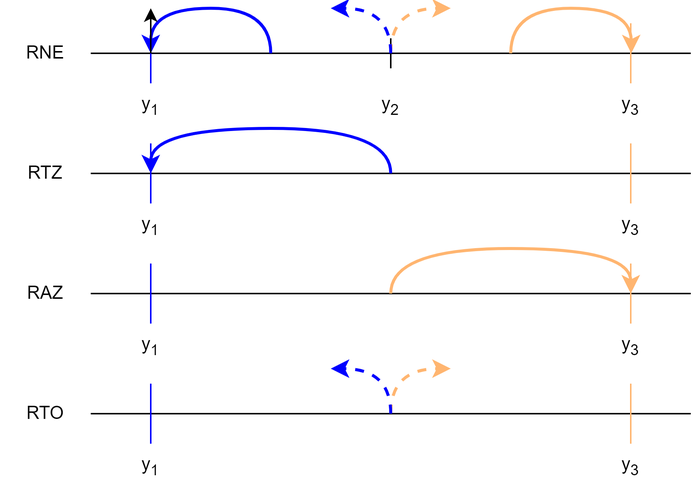
Earlier version of the draw.io export assets/posts/2025-11-18-round-to-odd/round-6.png (bksaiki/bksaiki.github.io). Source tidied: cells renumbered, new cells last; positions are measured from the earlier drawing's top-left corner, leaving out a move shared by most shapes.
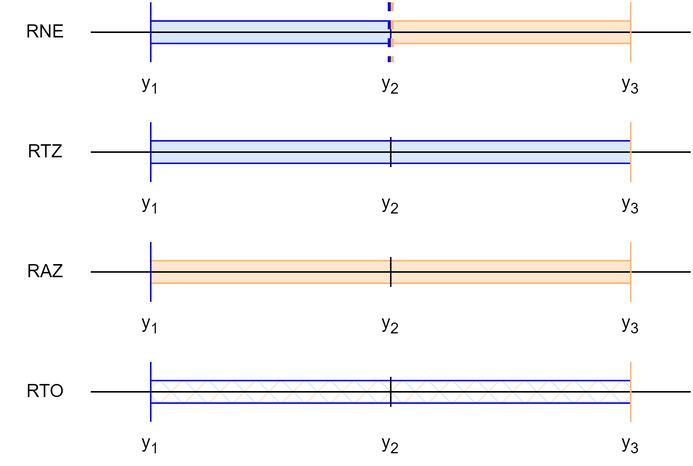
Later version of the same file.

What changed in the source:
```diff
@@ -2,200 +2,169 @@
   <root>
     <mxCell id="0" />
     <mxCell id="1" parent="0" />
-    <mxCell id="2" style="jettySize=auto;html=1;endArrow=none;endFill=0;exitX=1;exitY=0.5;exitDx=0;exitDy=0;" parent="1" edge="1" source="8">
-      <mxGeometry relative="1" as="geometry">
-        <mxPoint x="460" y="30" as="targetPoint" />
-      </mxGeometry>
+    <mxCell id="2" style="rounded=0;whiteSpace=wrap;html=1;fillColor=#ffe6cc;strokeColor=#FFB570;fillStyle=hatch;" parent="1" vertex="1">
+      <mxGeometry x="-420" y="622.5" width="320" height="15" as="geometry" />
     </mxCell>
-    <mxCell id="3" style="edgeStyle=none;orthogonalLoop=1;jettySize=auto;html=1;endArrow=none;endFill=0;strokeColor=#0000FF;" parent="1" edge="1">
-      <mxGeometry relative="1" as="geometry">
-        <mxPoint x="100" y="10" as="sourcePoint" />
-        <mxPoint x="100" y="50" as="targetPoint" />
-      </mxGeometry>
+    <mxCell id="3" style="rounded=0;whiteSpace=wrap;html=1;fillColor=#dae8fc;strokeColor=#0000FF;fillStyle=hatch;direction=east;flipH=1;" parent="1" vertex="1">
+      <mxGeometry x="-420" y="622.5" width="320" height="15" as="geometry" />
     </mxCell>
-    <mxCell id="4" style="edgeStyle=none;orthogonalLoop=1;jettySize=auto;html=1;endArrow=none;endFill=0;strokeColor=#FFB570;" parent="1" edge="1">
-      <mxGeometry relative="1" as="geometry">
-        <mxPoint x="420" y="10" as="sourcePoint" />
-        <mxPoint x="420" y="50" as="targetPoint" />
-      </mxGeometry>
+    <mxCell id="4" style="rounded=0;whiteSpace=wrap;html=1;fillColor=#ffe6cc;strokeColor=#FFB570;" parent="1" vertex="1">
+      <mxGeometry x="-420" y="542.5" width="320" height="15" as="geometry" />
     </mxCell>
-    <mxCell id="5" style="edgeStyle=none;orthogonalLoop=1;jettySize=auto;html=1;endArrow=none;endFill=0;" parent="1" edge="1">
-      <mxGeometry relative="1" as="geometry">
-        <mxPoint x="260" y="20" as="sourcePoint" />
-        <mxPoint x="260" y="40" as="targetPoint" />
-      </mxGeometry>
+    <mxCell id="5" style="rounded=0;whiteSpace=wrap;html=1;fillColor=#dae8fc;strokeColor=#0000FF;" parent="1" vertex="1">
+      <mxGeometry x="-420" y="462.5" width="320" height="15" as="geometry" />
     </mxCell>
-    <mxCell id="6" value="y&lt;sub&gt;1&lt;/sub&gt;" style="text;strokeColor=none;align=center;fillColor=none;html=1;verticalAlign=middle;whiteSpace=wrap;rounded=0;" parent="1" vertex="1">
-      <mxGeometry x="70" y="50" width="60" height="30" as="geometry" />
+    <mxCell id="6" style="rounded=0;whiteSpace=wrap;html=1;fillColor=#ffe6cc;strokeColor=#FFB570;" parent="1" vertex="1">
+      <mxGeometry x="-260" y="382.5" width="160" height="15" as="geometry" />
     </mxCell>
-    <mxCell id="7" value="y&lt;sub&gt;3&lt;/sub&gt;" style="text;strokeColor=none;align=center;fillColor=none;html=1;verticalAlign=middle;whiteSpace=wrap;rounded=0;" parent="1" vertex="1">
-      <mxGeometry x="390" y="50" width="60" height="30" as="geometry" />
+    <mxCell id="7" style="rounded=0;whiteSpace=wrap;html=1;fillColor=#dae8fc;strokeColor=#0000FF;" parent="1" vertex="1">
+      <mxGeometry x="-420" y="382.5" width="160" height="15" as="geometry" />
     </mxCell>
-    <mxCell id="8" value="RNE" style="text;strokeColor=none;align=center;fillColor=none;html=1;verticalAlign=middle;whiteSpace=wrap;rounded=0;" parent="1" vertex="1">
-      <mxGeometry y="15" width="60" height="30" as="geometry" />
+    <mxCell id="8" style="jettySize=auto;html=1;endArrow=none;endFill=0;exitX=1;exitY=0.5;exitDx=0;exitDy=0;" parent="1" edge="1" source="13">
+      <mxGeometry relative="1" as="geometry">
+        <mxPoint x="-60" y="390" as="targetPoint" />
+      </mxGeometry>
     </mxCell>
-    <mxCell id="9" value="y&lt;sub&gt;2&lt;/sub&gt;" style="text;strokeColor=none;align=center;fillColor=none;html=1;verticalAlign=middle;whiteSpace=wrap;rounded=0;" parent="1" vertex="1">
-      <mxGeometry x="230" y="50" width="60" height="30" as="geometry" />
+    <mxCell id="9" style="edgeStyle=none;orthogonalLoop=1;jettySize=auto;html=1;endArrow=none;endFill=0;strokeColor=#0000FF;" parent="1" edge="1">
+      <mxGeometry relative="1" as="geometry">
+        <mxPoint x="-420" y="370" as="sourcePoint" />
+        <mxPoint x="-420" y="410" as="targetPoint" />
+      </mxGeometry>
     </mxCell>
-    <mxCell id="10" style="jettySize=auto;html=1;endArrow=none;endFill=0;exitX=1;exitY=0.5;exitDx=0;exitDy=0;" parent="1" edge="1" source="15">
+    <mxCell id="10" style="edgeStyle=none;orthogonalLoop=1;jettySize=auto;html=1;endArrow=none;endFill=0;strokeColor=#FFB570;" parent="1" edge="1">
       <mxGeometry relative="1" as="geometry">
-        <mxPoint x="460" y="110" as="targetPoint" />
+        <mxPoint x="-100" y="370" as="sourcePoint" />
+        <mxPoint x="-100" y="410" as="targetPoint" />
       </mxGeometry>
     </mxCell>
-    <mxCell id="11" style="edgeStyle=none;orthogonalLoop=1;jettySize=auto;html=1;endArrow=none;endFill=0;strokeColor=#0000FF;" parent="1" edge="1">
-      <mxGeometry relative="1" as="geometry">
-        <mxPoint x="100" y="90" as="sourcePoint" />
-        <mxPoint x="100" y="130" as="targetPoint" />
-      </mxGeometry>
+    <mxCell id="11" value="y&lt;sub&gt;1&lt;/sub&gt;" style="text;strokeColor=none;align=center;fillColor=none;html=1;verticalAlign=middle;whiteSpace=wrap;rounded=0;" parent="1" vertex="1">
+      <mxGeometry x="-450" y="410" width="60" height="30" as="geometry" />
     </mxCell>
-    <mxCell id="12" style="edgeStyle=none;orthogonalLoop=1;jettySize=auto;html=1;endArrow=none;endFill=0;strokeColor=#FFB570;" parent="1" edge="1">
-      <mxGeometry relative="1" as="geometry">
-        <mxPoint x="420" y="90" as="sourcePoint" />
-        <mxPoint x="420" y="130" as="targetPoint" />
-      </mxGeometry>
+    <mxCell id="12" value="y&lt;sub&gt;3&lt;/sub&gt;" style="text;strokeColor=none;align=center;fillColor=none;html=1;verticalAlign=middle;whiteSpace=wrap;rounded=0;" parent="1" vertex="1">
+      <mxGeometry x="-130" y="410" width="60" height="30" as="geometry" />
     </mxCell>
-    <mxCell id="13" value="y&lt;sub&gt;1&lt;/sub&gt;" style="text;strokeColor=none;align=center;fillColor=none;html=1;verticalAlign=middle;whiteSpace=wrap;rounded=0;" parent="1" vertex="1">
-      <mxGeometry x="70" y="130" width="60" height="30" as="geometry" />
+    <mxCell id="13" value="RNE" style="text;strokeColor=none;align=center;fillColor=none;html=1;verticalAlign=middle;whiteSpace=wrap;rounded=0;" parent="1" vertex="1">
+      <mxGeometry x="-520" y="375" width="60" height="30" as="geometry" />
     </mxCell>
-    <mxCell id="14" value="y&lt;sub&gt;3&lt;/sub&gt;" style="text;strokeColor=none;align=center;fillColor=none;html=1;verticalAlign=middle;whiteSpace=wrap;rounded=0;" parent="1" vertex="1">
-      <mxGeometry x="390" y="130" width="60" height="30" as="geometry" />
+    <mxCell id="14" value="y&lt;sub&gt;2&lt;/sub&gt;" style="text;strokeColor=none;align=center;fillColor=none;html=1;verticalAlign=middle;whiteSpace=wrap;rounded=0;" parent="1" vertex="1">
+      <mxGeometry x="-290" y="410" width="60" height="30" as="geometry" />
     </mxCell>
-    <mxCell id="15" value="RTZ" style="text;strokeColor=none;align=center;fillColor=none;html=1;verticalAlign=middle;whiteSpace=wrap;rounded=0;" parent="1" vertex="1">
-      <mxGeometry y="95" width="60" height="30" as="geometry" />
+    <mxCell id="15" style="jettySize=auto;html=1;endArrow=none;endFill=0;exitX=1;exitY=0.5;exitDx=0;exitDy=0;" parent="1" edge="1" source="20">
+      <mxGeometry relative="1" as="geometry">
+        <mxPoint x="-60" y="470" as="targetPoint" />
+      </mxGeometry>
     </mxCell>
-    <mxCell id="16" style="jettySize=auto;html=1;endArrow=none;endFill=0;exitX=1;exitY=0.5;exitDx=0;exitDy=0;" parent="1" edge="1" source="21">
+    <mxCell id="16" style="edgeStyle=none;orthogonalLoop=1;jettySize=auto;html=1;endArrow=none;endFill=0;strokeColor=#0000FF;" parent="1" edge="1">
       <mxGeometry relative="1" as="geometry">
-        <mxPoint x="460" y="190" as="targetPoint" />
+        <mxPoint x="-420" y="450" as="sourcePoint" />
+        <mxPoint x="-420" y="490" as="targetPoint" />
       </mxGeometry>
     </mxCell>
-    <mxCell id="17" style="edgeStyle=none;orthogonalLoop=1;jettySize=auto;html=1;endArrow=none;endFill=0;strokeColor=#0000FF;" parent="1" edge="1">
+    <mxCell id="17" style="edgeStyle=none;orthogonalLoop=1;jettySize=auto;html=1;endArrow=none;endFill=0;strokeColor=#FFB570;" parent="1" edge="1">
       <mxGeometry relative="1" as="geometry">
-        <mxPoint x="100" y="170" as="sourcePoint" />
-        <mxPoint x="100" y="210" as="targetPoint" />
+        <mxPoint x="-100" y="450" as="sourcePoint" />
+        <mxPoint x="-100" y="490" as="targetPoint" />
       </mxGeometry>
     </mxCell>
-    <mxCell id="18" style="edgeStyle=none;orthogonalLoop=1;jettySize=auto;html=1;endArrow=none;endFill=0;strokeColor=#FFB570;" parent="1" edge="1">
-      <mxGeometry relative="1" as="geometry">
-        <mxPoint x="420" y="170" as="sourcePoint" />
-        <mxPoint x="420" y="210" as="targetPoint" />
-      </mxGeometry>
+    <mxCell id="18" value="y&lt;sub&gt;1&lt;/sub&gt;" style="text;strokeColor=none;align=center;fillColor=none;html=1;verticalAlign=middle;whiteSpace=wrap;rounded=0;" parent="1" vertex="1">
+      <mxGeometry x="-450" y="490" width="60" height="30" as="geometry" />
     </mxCell>
-    <mxCell id="19" value="y&lt;sub&gt;1&lt;/sub&gt;" style="text;strokeColor=none;align=center;fillColor=none;html=1;verticalAlign=middle;whiteSpace=wrap;rounded=0;" parent="1" vertex="1">
-      <mxGeometry x="70" y="210" width="60" height="30" as="geometry" />
+    <mxCell id="19" value="y&lt;sub&gt;3&lt;/sub&gt;" style="text;strokeColor=none;align=center;fillColor=none;html=1;verticalAlign=middle;whiteSpace=wrap;rounded=0;" parent="1" vertex="1">
+      <mxGeometry x="-130" y="490" width="60" height="30" as="geometry" />
     </mxCell>
-    <mxCell id="20" value="y&lt;sub&gt;3&lt;/sub&gt;" style="text;strokeColor=none;align=center;fillColor=none;html=1;verticalAlign=middle;whiteSpace=wrap;rounded=0;" parent="1" vertex="1">
-      <mxGeometry x="390" y="210" width="60" height="30" as="geometry" />
+    <mxCell id="20" value="RTZ" style="text;strokeColor=none;align=center;fillColor=none;html=1;verticalAlign=middle;whiteSpace=wrap;rounded=0;" parent="1" vertex="1">
+      <mxGeometry x="-520" y="455" width="60" height="30" as="geometry" />
     </mxCell>
-    <mxCell id="21" value="RAZ" style="text;strokeColor=none;align=center;fillColor=none;html=1;verticalAlign=middle;whiteSpace=wrap;rounded=0;" parent="1" vertex="1">
-      <mxGeometry y="175" width="60" height="30" as="geometry" />
+    <mxCell id="21" style="jettySize=auto;html=1;endArrow=none;endFill=0;exitX=1;exitY=0.5;exitDx=0;exitDy=0;" parent="1" edge="1" source="26">
+      <mxGeometry relative="1" as="geometry">
+        <mxPoint x="-60" y="550" as="targetPoint" />
+      </mxGeometry>
     </mxCell>
-    <mxCell id="22" style="jettySize=auto;html=1;endArrow=none;endFill=0;exitX=1;exitY=0.5;exitDx=0;exitDy=0;" parent="1" edge="1" source="27">
+    <mxCell id="22" style="edgeStyle=none;orthogonalLoop=1;jettySize=auto;html=1;endArrow=none;endFill=0;strokeColor=#0000FF;" parent="1" edge="1">
       <mxGeometry relative="1" as="geometry">
-        <mxPoint x="460" y="270" as="targetPoint" />
+        <mxPoint x="-420" y="530" as="sourcePoint" />
+        <mxPoint x="-420" y="570" as="targetPoint" />
       </mxGeometry>
     </mxCell>
-    <mxCell id="23" style="edgeStyle=none;orthogonalLoop=1;jettySize=auto;html=1;endArrow=none;endFill=0;strokeColor=#0000FF;" parent="1" edge="1">
+    <mxCell id="23" style="edgeStyle=none;orthogonalLoop=1;jettySize=auto;html=1;endArrow=none;endFill=0;strokeColor=#FFB570;" parent="1" edge="1">
       <mxGeometry relative="1" as="geometry">
-        <mxPoint x="100" y="250" as="sourcePoint" />
-        <mxPoint x="100" y="290" as="targetPoint" />
+        <mxPoint x="-100" y="530" as="sourcePoint" />
+        <mxPoint x="-100" y="570" as="targetPoint" />
       </mxGeometry>
     </mxCell>
-    <mxCell id="24" style="edgeStyle=none;orthogonalLoop=1;jettySize=auto;html=1;endArrow=none;endFill=0;strokeColor=#FFB570;" parent="1" edge="1">
-      <mxGeometry relative="1" as="geometry">
-        <mxPoint x="420" y="250" as="sourcePoint" />
-        <mxPoint x="420" y="290" as="targetPoint" />
-      </mxGeometry>
+    <mxCell id="24" value="y&lt;sub&gt;1&lt;/sub&gt;" style="text;strokeColor=none;align=center;fillColor=none;html=1;verticalAlign=middle;whiteSpace=wrap;rounded=0;" parent="1" vertex="1">
+      <mxGeometry x="-450" y="570" width="60" height="30" as="geometry" />
     </mxCell>
-    <mxCell id="25" value="y&lt;sub&gt;1&lt;/sub&gt;" style="text;strokeColor=none;align=center;fillColor=none;html=1;verticalAlign=middle;whiteSpace=wrap;rounded=0;" parent="1" vertex="1">
-      <mxGeometry x="70" y="290" width="60" height="30" as="geometry" />
+    <mxCell id="25" value="y&lt;sub&gt;3&lt;/sub&gt;" style="text;strokeColor=none;align=center;fillColor=none;html=1;verticalAlign=middle;whiteSpace=wrap;rounded=0;" parent="1" vertex="1">
+      <mxGeometry x="-130" y="570" width="60" height="30" as="geometry" />
     </mxCell>
-    <mxCell id="26" value="y&lt;sub&gt;3&lt;/sub&gt;" style="text;strokeColor=none;align=center;fillColor=none;html=1;verticalAlign=middle;whiteSpace=wrap;rounded=0;" parent="1" vertex="1">
-      <mxGeometry x="390" y="290" width="60" height="30" as="geometry" />
+    <mxCell id="26" value="RAZ" style="text;strokeColor=none;align=center;fillColor=none;html=1;verticalAlign=middle;whiteSpace=wrap;rounded=0;" parent="1" vertex="1">
+      <mxGeometry x="-520" y="535" width="60" height="30" as="geometry" />
     </mxCell>
-    <mxCell id="27" value="RTO" style="text;strokeColor=none;align=center;fillColor=none;html=1;verticalAlign=middle;whiteSpace=wrap;rounded=0;" parent="1" vertex="1">
-      <mxGeometry y="255" width="60" height="30" as="geometry" />
+    <mxCell id="27" style="jettySize=auto;html=1;endArrow=none;endFill=0;exitX=1;exitY=0.5;exitDx=0;exitDy=0;" parent="1" edge="1" source="32">
+      <mxGeometry relative="1" as="geometry">
+        <mxPoint x="-60" y="630" as="targetPoint" />
+      </mxGeometry>
     </mxCell>
-    <mxCell id="28" style="endArrow=classic;html=1;rounded=0;fillColor=#dae8fc;strokeColor=#0000FF;strokeWidth=2;curved=1;edgeStyle=orthogonalEdgeStyle;" parent="1" edge="1">
+    <mxCell id="28" style="edgeStyle=none;orthogonalLoop=1;jettySize=auto;html=1;endArrow=none;endFill=0;strokeColor=#0000FF;" parent="1" edge="1">
       <mxGeometry relative="1" as="geometry">
-        <mxPoint x="180" y="30" as="sourcePoint" />
-        <mxPoint x="100" y="30" as="targetPoint" />
-        <Array as="points">
-          <mxPoint x="180" />
-          <mxPoint x="100" />
-        </Array>
+        <mxPoint x="-420" y="610" as="sourcePoint" />
+        <mxPoint x="-420" y="650" as="targetPoint" />
       </mxGeometry>
     </mxCell>
-    <mxCell id="29" style="endArrow=classic;html=1;rounded=0;fillColor=#dae8fc;strokeColor=#FFB570;strokeWidth=2;edgeStyle=orthogonalEdgeStyle;curved=1;" parent="1" edge="1">
+    <mxCell id="29" style="edgeStyle=none;orthogonalLoop=1;jettySize=auto;html=1;endArrow=none;endFill=0;strokeColor=#FFB570;" parent="1" edge="1">
       <mxGeometry relative="1" as="geometry">
-        <mxPoint x="340" y="30" as="sourcePoint" />
-        <mxPoint x="420.3" y="30" as="targetPoint" />
-        <Array as="points">
-          <mxPoint x="340" />
-          <mxPoint x="420" />
-        </Array>
+        <mxPoint x="-100" y="610" as="sourcePoint" />
+        <mxPoint x="-100" y="650" as="targetPoint" />
       </mxGeometry>
     </mxCell>
-    <mxCell id="30" style="endArrow=classic;html=1;rounded=0;edgeStyle=orthogonalEdgeStyle;curved=1;dashed=1;strokeWidth=2;strokeColor=#FFB570;" parent="1" edge="1">
-      <mxGeometry relative="1" as="geometry">
-        <mxPoint x="260" y="30" as="sourcePoint" />
-        <mxPoint x="300" as="targetPoint" />
-        <Array as="points">
-          <mxPoint x="260" />
-        </Array>
-      </mxGeometry>
+    <mxCell id="30" value="y&lt;sub&gt;1&lt;/sub&gt;" style="text;strokeColor=none;align=center;fillColor=none;html=1;verticalAlign=middle;whiteSpace=wrap;rounded=0;" parent="1" vertex="1">
+      <mxGeometry x="-450" y="650" width="60" height="30" as="geometry" />
     </mxCell>
-    <mxCell id="31" style="endArrow=classic;html=1;rounded=0;dashed=1;strokeWidth=2;strokeColor=#0000FF;edgeStyle=orthogonalEdgeStyle;curved=1;" parent="1" edge="1">
-      <mxGeometry relative="1" as="geometry">
-        <mxPoint x="260" y="30" as="sourcePoint" />
-        <mxPoint x="220" as="targetPoint" />
-        <Array as="points">
-          <mxPoint x="260" />
-        </Array>
-      </mxGeometry>
+    <mxCell id="31" value="y&lt;sub&gt;3&lt;/sub&gt;" style="text;strokeColor=none;align=center;fillColor=none;html=1;verticalAlign=middle;whiteSpace=wrap;rounded=0;" parent="1" vertex="1">
+      <mxGeometry x="-130" y="650" width="60" height="30" as="geometry" />
     </mxCell>
-    <mxCell id="32" style="endArrow=classic;html=1;rounded=0;edgeStyle=orthogonalEdgeStyle;curved=1;" parent="1" edge="1">
-      <mxGeometry relative="1" as="geometry">
-        <mxPoint x="100" y="30" as="sourcePoint" />
-        <mxPoint x="100" as="targetPoint" />
-      </mxGeometry>
+    <mxCell id="32" value="RTO" style="text;strokeColor=none;align=center;fillColor=none;html=1;verticalAlign=middle;whiteSpace=wrap;rounded=0;" parent="1" vertex="1">
+      <mxGeometry x="-520" y="615" width="60" height="30" as="geometry" />
     </mxCell>
-    <mxCell id="33" style="endArrow=classic;html=1;rounded=0;fillColor=#dae8fc;strokeColor=#0000FF;strokeWidth=2;edgeStyle=orthogonalEdgeStyle;curved=1;" parent="1" edge="1">
+    <mxCell id="33" style="edgeStyle=none;orthogonalLoop=1;jettySize=auto;html=1;endArrow=none;endFill=0;strokeColor=#0000FF;fillColor=#dae8fc;dashed=1;strokeWidth=2;" parent="1" edge="1">
       <mxGeometry relative="1" as="geometry">
-        <mxPoint x="260" y="110" as="sourcePoint" />
-        <mxPoint x="100" y="110" as="targetPoint" />
-        <Array as="points">
-          <mxPoint x="260" y="80" />
-          <mxPoint x="100" y="80" />
-        </Array>
+        <mxPoint x="-261" y="370" as="sourcePoint" />
+        <mxPoint x="-261" y="410" as="targetPoint" />
       </mxGeometry>
     </mxCell>
-    <mxCell id="34" style="endArrow=classic;html=1;rounded=0;fillColor=#dae8fc;strokeColor=#FFB570;strokeWidth=2;edgeStyle=orthogonalEdgeStyle;curved=1;" parent="1" edge="1">
+    <mxCell id="34" style="edgeStyle=none;orthogonalLoop=1;jettySize=auto;html=1;endArrow=none;endFill=0;strokeColor=#FFB570;fillColor=#dae8fc;dashed=1;strokeWidth=2;" parent="1" edge="1">
       <mxGeometry relative="1" as="geometry">
-        <mxPoint x="260" y="190" as="sourcePoint" />
-        <mxPoint x="420" y="190" as="targetPoint" />
-        <Array as="points">
-          <mxPoint x="260" y="160" />
-          <mxPoint x="420" y="160" />
-        </Array>
+        <mxPoint x="-259" y="370" as="sourcePoint" />
+        <mxPoint x="-259" y="410" as="targetPoint" />
       </mxGeometry>
     </mxCell>
-    <mxCell id="35" style="endArrow=classic;html=1;rounded=0;edgeStyle=orthogonalEdgeStyle;curved=1;dashed=1;strokeWidth=2;strokeColor=#FFB570;" parent="1" edge="1">
+    <mxCell id="35" style="edgeStyle=none;orthogonalLoop=1;jettySize=auto;html=1;endArrow=none;endFill=0;" parent="1" edge="1">
       <mxGeometry relative="1" as="geometry">
-        <mxPoint x="260" y="270" as="sourcePoint" />
-        <mxPoint x="300" y="240" as="targetPoint" />
-        <Array as="points">
-          <mxPoint x="260" y="240" />
-        </Array>
+        <mxPoint x="-260" y="460" as="sourcePoint" />
+        <mxPoint x="-260" y="480" as="targetPoint" />
       </mxGeometry>
     </mxCell>
-    <mxCell id="36" style="endArrow=classic;html=1;rounded=0;dashed=1;strokeWidth=2;strokeColor=#0000FF;edgeStyle=orthogonalEdgeStyle;curved=1;" parent="1" edge="1">
+    <mxCell id="36" style="edgeStyle=none;orthogonalLoop=1;jettySize=auto;html=1;endArrow=none;endFill=0;" parent="1" edge="1">
       <mxGeometry relative="1" as="geometry">
-        <mxPoint x="260" y="270" as="sourcePoint" />
-        <mxPoint x="220" y="240" as="targetPoint" />
-        <Array as="points">
-          <mxPoint x="260" y="240" />
-        </Array>
+        <mxPoint x="-260" y="540" as="sourcePoint" />
+        <mxPoint x="-260" y="560" as="targetPoint" />
       </mxGeometry>
     </mxCell>
+    <mxCell id="37" style="edgeStyle=none;orthogonalLoop=1;jettySize=auto;html=1;endArrow=none;endFill=0;" parent="1" edge="1">
+      <mxGeometry relative="1" as="geometry">
+        <mxPoint x="-260" y="620" as="sourcePoint" />
+        <mxPoint x="-260" y="640" as="targetPoint" />
+      </mxGeometry>
+    </mxCell>
+    <mxCell id="38" value="y&lt;sub&gt;2&lt;/sub&gt;" style="text;strokeColor=none;align=center;fillColor=none;html=1;verticalAlign=middle;whiteSpace=wrap;rounded=0;" parent="1" vertex="1">
+      <mxGeometry x="-290" y="490" width="60" height="30" as="geometry" />
+    </mxCell>
+    <mxCell id="39" value="y&lt;sub&gt;2&lt;/sub&gt;" style="text;strokeColor=none;align=center;fillColor=none;html=1;verticalAlign=middle;whiteSpace=wrap;rounded=0;" parent="1" vertex="1">
+      <mxGeometry x="-290" y="570" width="60" height="30" as="geometry" />
+    </mxCell>
+    <mxCell id="40" value="y&lt;sub&gt;2&lt;/sub&gt;" style="text;strokeColor=none;align=center;fillColor=none;html=1;verticalAlign=middle;whiteSpace=wrap;rounded=0;" parent="1" vertex="1">
+      <mxGeometry x="-290" y="650" width="60" height="30" as="geometry" />
+    </mxCell>
   </root>
 </mxGraphModel>
```
